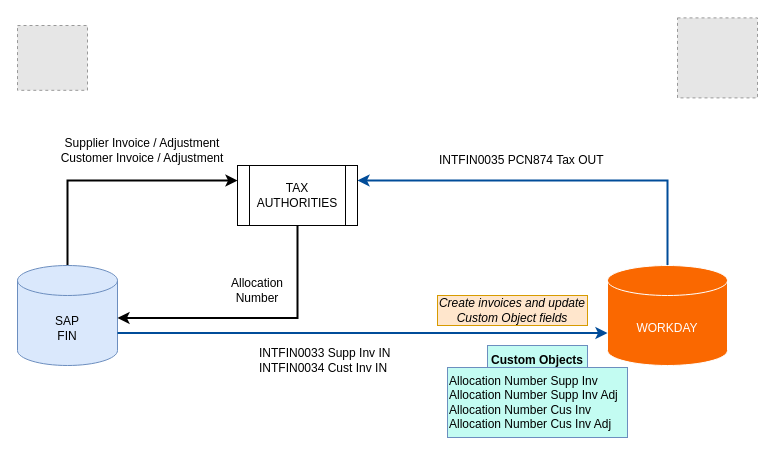
The draw.io diagram JET_Customer_Supplier_Invoice_Inbound.drawio in sandyaroma/sandyaroma, before the edit. Source tidied: cells renumbered, new cells numbered last; positions are measured from the earlier drawing's top-left corner, leaving out a move shared by most shapes. Both pictures are drawn from the tidied source at 100%, with x=0, y=0 at pixel (17, 17). Pictures stored in the file or linked from it are replaced by grey dashed boxes.
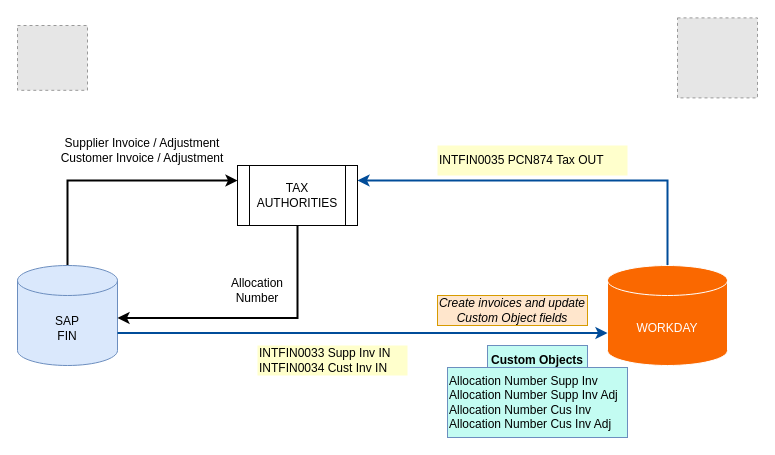
The same diagram, later.

The edit, as a diff of the source:
```diff
@@
 <mxGraphModel>
   <root>
     <mxCell id="0" />
     <mxCell id="1" parent="0" />
     <mxCell id="2" style="edgeStyle=orthogonalEdgeStyle;rounded=0;jettySize=auto;html=1;exitX=0.5;exitY=0;exitDx=0;exitDy=0;exitPerimeter=0;entryX=0;entryY=0.25;entryDx=0;entryDy=0;strokeWidth=2;" parent="1" edge="1" source="3" target="6">
       <mxGeometry relative="1" as="geometry" />
     </mxCell>
     <mxCell id="3" value="SAP&lt;div&gt;FIN&lt;/div&gt;" style="shape=cylinder3;whiteSpace=wrap;html=1;boundedLbl=1;backgroundOutline=1;size=15;fillColor=#dae8fc;strokeColor=#6c8ebf;" parent="1" vertex="1">
       <mxGeometry y="248" width="100" height="100" as="geometry" />
     </mxCell>
     <mxCell id="4" style="edgeStyle=orthogonalEdgeStyle;rounded=0;jettySize=auto;html=1;entryX=1;entryY=0.25;entryDx=0;entryDy=0;strokeColor=#004C99;strokeWidth=2;align=center;verticalAlign=middle;fontFamily=Helvetica;fontSize=11;fontColor=default;labelBackgroundColor=default;endArrow=classic;" parent="1" edge="1" source="5" target="6">
       <mxGeometry relative="1" as="geometry">
         <Array as="points">
           <mxPoint x="650" y="163" />
         </Array>
       </mxGeometry>
     </mxCell>
     <mxCell id="5" value="&lt;font color=&quot;#ffffff&quot;&gt;WORKDAY&lt;/font&gt;" style="shape=cylinder3;whiteSpace=wrap;html=1;boundedLbl=1;backgroundOutline=1;size=15;fillColor=#fa6800;fontColor=#000000;strokeColor=#FFFFFF;" parent="1" vertex="1">
       <mxGeometry x="590" y="248" width="120" height="100" as="geometry" />
     </mxCell>
     <mxCell id="6" value="TAX&lt;div&gt;AUTHORITIES&lt;/div&gt;" style="shape=process;whiteSpace=wrap;html=1;backgroundOutline=1;" parent="1" vertex="1">
       <mxGeometry x="220" y="148" width="120" height="60" as="geometry" />
     </mxCell>
     <mxCell id="7" style="edgeStyle=orthogonalEdgeStyle;rounded=0;jettySize=auto;html=1;exitX=0.5;exitY=1;exitDx=0;exitDy=0;entryX=1;entryY=0;entryDx=0;entryDy=52.5;entryPerimeter=0;strokeWidth=2;" parent="1" edge="1" source="6" target="3">
       <mxGeometry relative="1" as="geometry" />
     </mxCell>
     <mxCell id="8" value="Allocation Number" style="text;html=1;align=center;verticalAlign=middle;whiteSpace=wrap;rounded=0;" parent="1" vertex="1">
       <mxGeometry x="210" y="258" width="60" height="30" as="geometry" />
     </mxCell>
     <mxCell id="9" value="Supplier Invoice / Adjustment&lt;div&gt;Customer Invoice / Adjustment&lt;/div&gt;" style="text;html=1;align=center;verticalAlign=middle;whiteSpace=wrap;rounded=0;" parent="1" vertex="1">
       <mxGeometry x="40" y="118" width="170" height="30" as="geometry" />
     </mxCell>
     <mxCell id="10" style="edgeStyle=orthogonalEdgeStyle;rounded=0;jettySize=auto;html=1;exitX=1;exitY=0;exitDx=0;exitDy=67.5;exitPerimeter=0;entryX=0;entryY=0;entryDx=0;entryDy=67.5;entryPerimeter=0;strokeWidth=2;strokeColor=#004C99;" parent="1" edge="1" source="3" target="5">
       <mxGeometry relative="1" as="geometry" />
     </mxCell>
     <mxCell id="11" value="&lt;b&gt;Custom Objects&lt;/b&gt;" style="text;html=1;align=center;verticalAlign=middle;whiteSpace=wrap;rounded=0;fillColor=#C3FCF2;strokeColor=#6c8ebf;" parent="1" vertex="1">
       <mxGeometry x="470" y="328" width="100" height="30" as="geometry" />
     </mxCell>
     <mxCell id="12" value="Allocation Number Supp Inv&lt;div&gt;Allocation Number Supp Inv Adj&lt;br&gt;&lt;/div&gt;&lt;div&gt;Allocation Number Cus Inv&lt;br&gt;&lt;/div&gt;&lt;div&gt;Allocation Number Cus Inv Adj&lt;br&gt;&lt;/div&gt;" style="text;html=1;align=left;verticalAlign=middle;whiteSpace=wrap;rounded=0;fillColor=#C3FCF2;strokeColor=#6c8ebf;" parent="1" vertex="1">
       <mxGeometry x="430" y="350" width="180" height="70" as="geometry" />
     </mxCell>
     <mxCell id="13" style="fillColor=#E6E6E6;strokeColor=#999999;dashed=1;verticalLabelPosition=bottom;labelBackgroundColor=default;verticalAlign=top;" parent="1" vertex="1">
       <mxGeometry y="8" width="70" height="64.8" as="geometry" />
     </mxCell>
     <mxCell id="14" style="fillColor=#E6E6E6;strokeColor=#999999;dashed=1;verticalLabelPosition=bottom;labelBackgroundColor=default;verticalAlign=top;" parent="1" vertex="1">
       <mxGeometry x="660" y="0.4" width="80" height="80" as="geometry" />
     </mxCell>
-    <mxCell id="15" value="INTFIN0033 Supp Inv IN&lt;br&gt;&lt;div&gt;&lt;span style=&quot;background-color: initial;&quot;&gt;INTFIN0034&amp;nbsp;&lt;/span&gt;Cust Inv IN&lt;/div&gt;" style="text;html=1;align=left;verticalAlign=middle;whiteSpace=wrap;rounded=0;" parent="1" vertex="1">
+    <mxCell id="15" value="INTFIN0033 Supp Inv IN&lt;br&gt;&lt;div&gt;&lt;span style=&quot;background-color: initial;&quot;&gt;INTFIN0034&amp;nbsp;&lt;/span&gt;Cust Inv IN&lt;/div&gt;" style="text;html=1;align=left;verticalAlign=middle;whiteSpace=wrap;rounded=0;fillColor=#FFFFCC;" parent="1" vertex="1">
       <mxGeometry x="240" y="328" width="150" height="30" as="geometry" />
     </mxCell>
-    <mxCell id="16" value="INTFIN0035 PCN874 Tax OUT" style="text;html=1;align=left;verticalAlign=middle;whiteSpace=wrap;rounded=0;" parent="1" vertex="1">
+    <mxCell id="16" value="INTFIN0035 PCN874 Tax OUT" style="text;html=1;align=left;verticalAlign=middle;whiteSpace=wrap;rounded=0;fillColor=#FFFFCC;" parent="1" vertex="1">
       <mxGeometry x="420" y="128" width="190" height="30" as="geometry" />
     </mxCell>
     <mxCell id="17" value="&lt;i&gt;Create invoices and update Custom Object fields&lt;/i&gt;" style="text;html=1;align=center;verticalAlign=middle;whiteSpace=wrap;rounded=0;fillColor=#ffe6cc;strokeColor=#d79b00;" parent="1" vertex="1">
       <mxGeometry x="420" y="278" width="150" height="30" as="geometry" />
     </mxCell>
   </root>
 </mxGraphModel>
```
